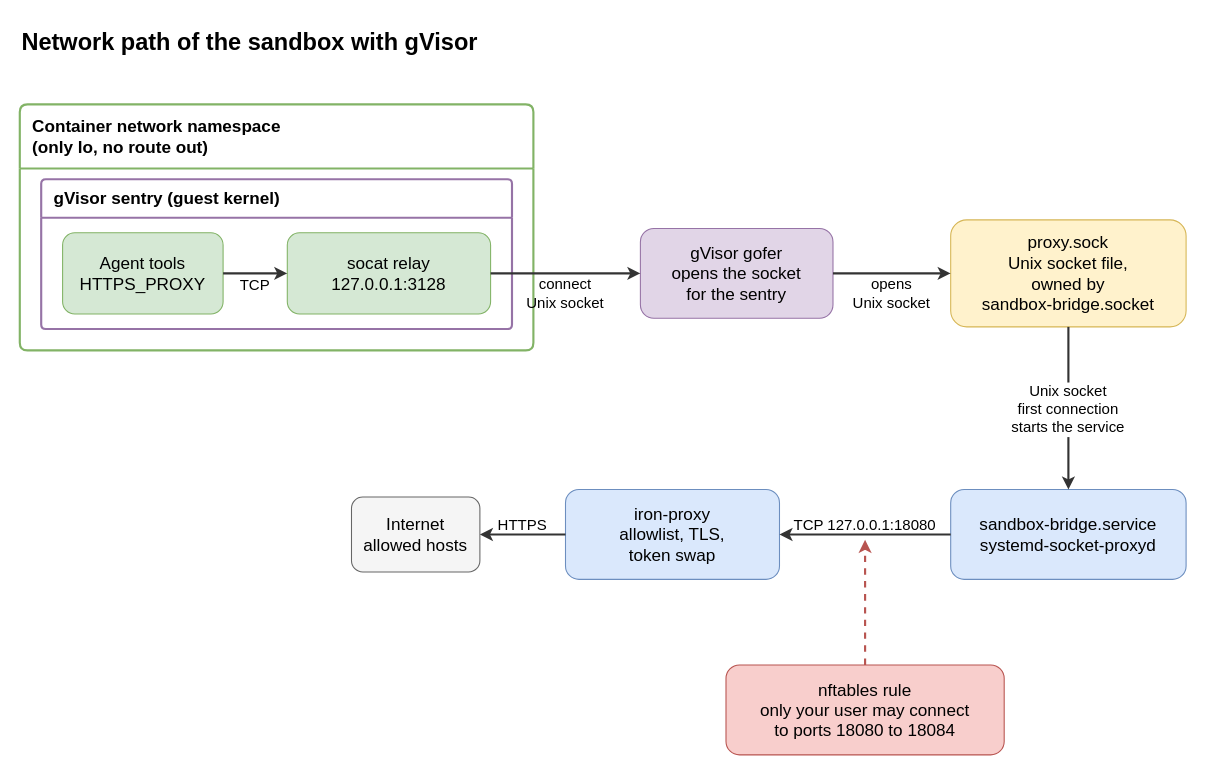
raghav19/engineersdaybook keeps this draw.io diagram as .sandbox/docs/diagrams/sandbox-network.drawio. Above is the earlier version. Source tidied: cells renumbered, new cells numbered last; positions are measured from the earlier drawing's top-left corner, leaving out a move shared by most shapes. Both pictures are drawn from the tidied source at 107%, with x=0, y=0 at pixel (19, 18).
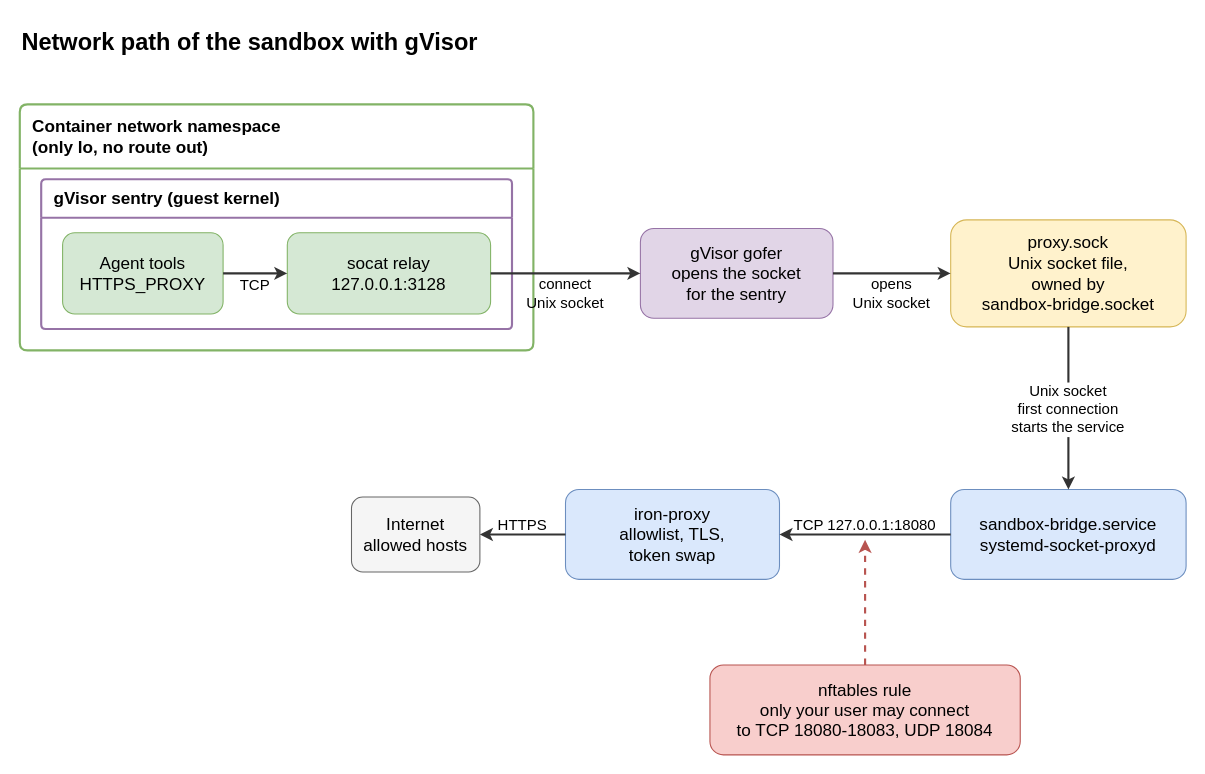
After the change.

Commit message (it also covers changes not shown here):
sandbox: make the firewall rule exact for each protocol

What changed in the source:
```diff
@@
-    <mxCell id="12" value="nftables rule&#10;only your user may connect&#10;to ports 18080 to 18084" style="rounded=1;whiteSpace=wrap;html=0;fontSize=16;fillColor=#f8cecc;strokeColor=#b85450;" parent="1" vertex="1">
-      <mxGeometry x="660" y="604" width="260" height="84" as="geometry" />
+    <mxCell id="12" value="nftables rule&#10;only your user may connect&#10;to TCP 18080-18083, UDP 18084" style="rounded=1;whiteSpace=wrap;html=0;fontSize=16;fillColor=#f8cecc;strokeColor=#b85450;" parent="1" vertex="1">
+      <mxGeometry x="645" y="604" width="290" height="84" as="geometry" />
     </mxCell>
```
